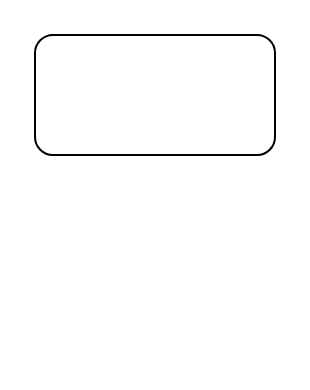
Above: trajectory_node.drawio in wxxsusie/files (draw.io), before the change. Source tidied: cells renumbered, new cells numbered last; positions are measured from the earlier drawing's top-left corner, leaving out a move shared by most shapes. Both pictures are drawn from the tidied source at 200%, with x=0, y=0 at pixel (34, 34).
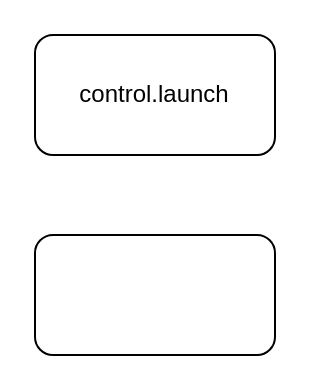
The same diagram, later.

What changed in the source:
```diff
@@
 <mxGraphModel>
   <root>
     <mxCell id="0" />
     <mxCell id="1" parent="0" />
-    <mxCell id="2" style="rounded=1;whiteSpace=wrap;html=1;" parent="1" vertex="1">
+    <mxCell id="2" value="control.launch" style="rounded=1;whiteSpace=wrap;html=1;" parent="1" vertex="1">
       <mxGeometry width="120" height="60" as="geometry" />
     </mxCell>
+    <mxCell id="3" style="rounded=1;whiteSpace=wrap;html=1;" parent="1" vertex="1">
+      <mxGeometry y="100" width="120" height="60" as="geometry" />
+    </mxCell>
   </root>
 </mxGraphModel>
```
